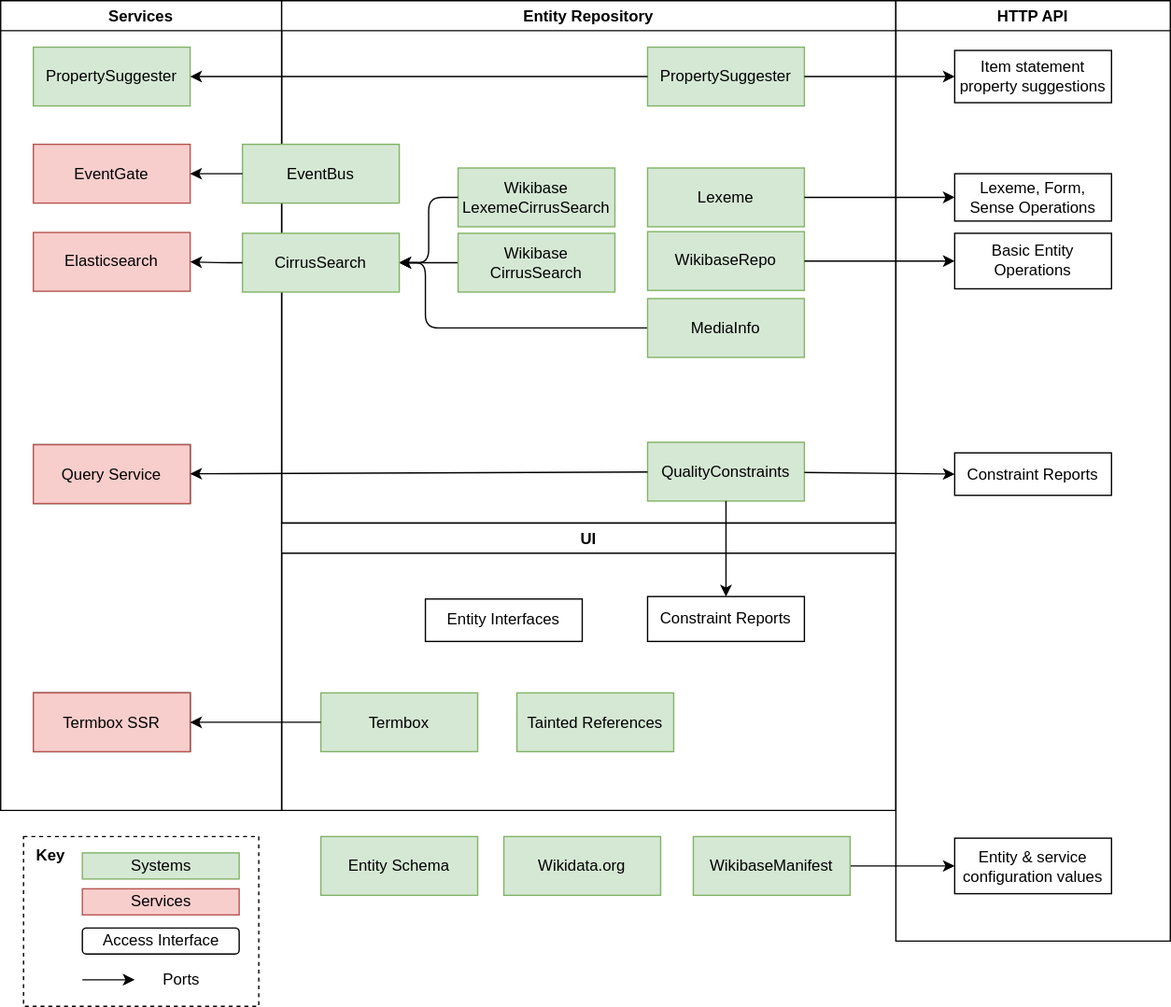
This is systems/Repository/diagrams/03-technical-context-new.drawio.svg from wmde/wikidata-wikibase-architecture, a draw.io export, as it was before one commit. Source tidied: cells renumbered, new cells last; positions are measured from the earlier drawing's top-left corner, leaving out a move shared by most shapes. The source it was exported from:
```xml
<mxGraphModel>
  <root>
    <mxCell id="0" />
    <mxCell id="1" parent="0" />
    <mxCell id="2" value="Services" style="swimlane;" parent="1" vertex="1">
      <mxGeometry width="215" height="620" as="geometry" />
    </mxCell>
    <mxCell id="3" value="PropertySuggester" style="rounded=0;whiteSpace=wrap;html=1;fillColor=#d5e8d4;strokeColor=#82b366;" parent="2" vertex="1">
      <mxGeometry x="25" y="35.6" width="120" height="45" as="geometry" />
    </mxCell>
    <mxCell id="4" value="Query Service" style="rounded=0;whiteSpace=wrap;html=1;" parent="2" vertex="1">
      <mxGeometry x="25" y="340" width="120" height="45" as="geometry" />
    </mxCell>
    <mxCell id="5" value="EventGate" style="rounded=0;whiteSpace=wrap;html=1;fillColor=#f8cecc;strokeColor=#b85450;" parent="2" vertex="1">
      <mxGeometry x="25" y="110" width="120" height="45" as="geometry" />
    </mxCell>
    <mxCell id="6" value="Elasticsearch" style="rounded=0;whiteSpace=wrap;html=1;fillColor=#f8cecc;strokeColor=#b85450;" parent="2" vertex="1">
      <mxGeometry x="25" y="177.5" width="120" height="45" as="geometry" />
    </mxCell>
    <mxCell id="7" value="Termbox SSR" style="rounded=0;whiteSpace=wrap;html=1;" parent="2" vertex="1">
      <mxGeometry x="25" y="530" width="120" height="45" as="geometry" />
    </mxCell>
    <mxCell id="8" value="Termbox SSR" style="rounded=0;whiteSpace=wrap;html=1;fillColor=#f8cecc;strokeColor=#b85450;" parent="2" vertex="1">
      <mxGeometry x="25" y="530" width="120" height="45" as="geometry" />
    </mxCell>
    <mxCell id="9" value="Query Service" style="rounded=0;whiteSpace=wrap;html=1;fillColor=#f8cecc;strokeColor=#b85450;" parent="2" vertex="1">
      <mxGeometry x="25" y="340" width="120" height="45" as="geometry" />
    </mxCell>
    <mxCell id="10" value="Entity Repository" style="swimlane;" parent="1" vertex="1">
      <mxGeometry x="215" width="470" height="400" as="geometry" />
    </mxCell>
    <mxCell id="11" value="PropertySuggester" style="rounded=0;whiteSpace=wrap;html=1;fillColor=#d5e8d4;strokeColor=#82b366;" parent="10" vertex="1">
      <mxGeometry x="280" y="35.6" width="120" height="45" as="geometry" />
    </mxCell>
    <mxCell id="12" value="QualityConstraints" style="rounded=0;whiteSpace=wrap;html=1;fillColor=#d5e8d4;strokeColor=#82b366;" parent="10" vertex="1">
      <mxGeometry x="280" y="338.1" width="120" height="45" as="geometry" />
    </mxCell>
    <mxCell id="13" value="Lexeme" style="rounded=0;whiteSpace=wrap;html=1;fillColor=#d5e8d4;strokeColor=#82b366;" parent="10" vertex="1">
      <mxGeometry x="280" y="128.1" width="120" height="45" as="geometry" />
    </mxCell>
    <mxCell id="14" value="Wikibase&lt;br&gt;LexemeCirrusSearch" style="rounded=0;whiteSpace=wrap;html=1;fillColor=#d5e8d4;strokeColor=#82b366;" parent="10" vertex="1">
      <mxGeometry x="135" y="128.1" width="120" height="45" as="geometry" />
    </mxCell>
    <mxCell id="15" style="edgeStyle=orthogonalEdgeStyle;html=1;entryX=1;entryY=0.5;entryDx=0;entryDy=0;" parent="10" edge="1" source="16" target="21">
      <mxGeometry relative="1" as="geometry">
        <Array as="points">
          <mxPoint x="110" y="251" />
          <mxPoint x="110" y="201" />
        </Array>
      </mxGeometry>
    </mxCell>
    <mxCell id="16" value="MediaInfo" style="rounded=0;whiteSpace=wrap;html=1;fillColor=#d5e8d4;strokeColor=#82b366;" parent="10" vertex="1">
      <mxGeometry x="280" y="228.1" width="120" height="45" as="geometry" />
    </mxCell>
    <mxCell id="17" style="edgeStyle=orthogonalEdgeStyle;html=1;entryX=1;entryY=0.5;entryDx=0;entryDy=0;exitX=0;exitY=0.5;exitDx=0;exitDy=0;" parent="10" edge="1" source="14" target="21">
      <mxGeometry relative="1" as="geometry" />
    </mxCell>
    <mxCell id="18" style="edgeStyle=orthogonalEdgeStyle;html=1;entryX=1;entryY=0.5;entryDx=0;entryDy=0;" parent="10" edge="1" source="19" target="21">
      <mxGeometry relative="1" as="geometry" />
    </mxCell>
    <mxCell id="19" value="Wikibase&lt;br&gt;CirrusSearch" style="rounded=0;whiteSpace=wrap;html=1;fillColor=#d5e8d4;strokeColor=#82b366;" parent="10" vertex="1">
      <mxGeometry x="135" y="178.1" width="120" height="45" as="geometry" />
    </mxCell>
    <mxCell id="20" value="WikibaseRepo" style="rounded=0;whiteSpace=wrap;html=1;fillColor=#d5e8d4;strokeColor=#82b366;" parent="10" vertex="1">
      <mxGeometry x="280" y="176.9" width="120" height="45" as="geometry" />
    </mxCell>
    <mxCell id="21" value="CirrusSearch" style="rounded=0;whiteSpace=wrap;html=1;fillColor=#d5e8d4;strokeColor=#82b366;" parent="10" vertex="1">
      <mxGeometry x="-30" y="178.1" width="120" height="45" as="geometry" />
    </mxCell>
    <mxCell id="22" value="EventBus" style="rounded=0;whiteSpace=wrap;html=1;fillColor=#d5e8d4;strokeColor=#82b366;" parent="10" vertex="1">
      <mxGeometry x="-30" y="110" width="120" height="45" as="geometry" />
    </mxCell>
    <mxCell id="23" value="HTTP API" style="swimlane;" parent="1" vertex="1">
      <mxGeometry x="685" width="210" height="720" as="geometry" />
    </mxCell>
    <mxCell id="24" value="Entity &amp;amp; service configuration values" style="rounded=0;whiteSpace=wrap;html=1;" parent="23" vertex="1">
      <mxGeometry x="45" y="641.2" width="120" height="42.5" as="geometry" />
    </mxCell>
    <mxCell id="25" value="Item statement property suggestions" style="rounded=0;whiteSpace=wrap;html=1;" parent="23" vertex="1">
      <mxGeometry x="45" y="38.1" width="120" height="40" as="geometry" />
    </mxCell>
    <mxCell id="26" value="Lexeme, Form, Sense Operations" style="whiteSpace=wrap;html=1;rounded=0;" parent="23" vertex="1">
      <mxGeometry x="45" y="132.5" width="120" height="36.2" as="geometry" />
    </mxCell>
    <mxCell id="27" value="Constraint Reports" style="whiteSpace=wrap;html=1;" parent="23" vertex="1">
      <mxGeometry x="45" y="346.2" width="120" height="32.5" as="geometry" />
    </mxCell>
    <mxCell id="28" value="Basic Entity Operations" style="rounded=0;whiteSpace=wrap;html=1;" parent="23" vertex="1">
      <mxGeometry x="45" y="178.1" width="120" height="42.5" as="geometry" />
    </mxCell>
    <mxCell id="29" style="edgeStyle=orthogonalEdgeStyle;html=1;entryX=0;entryY=0.5;entryDx=0;entryDy=0;" parent="1" edge="1" source="30" target="24">
      <mxGeometry relative="1" as="geometry" />
    </mxCell>
    <mxCell id="30" value="WikibaseManifest" style="rounded=0;whiteSpace=wrap;html=1;fillColor=#d5e8d4;strokeColor=#82b366;" parent="1" vertex="1">
      <mxGeometry x="530" y="640" width="120" height="45" as="geometry" />
    </mxCell>
    <mxCell id="31" value="Entity Schema" style="rounded=0;whiteSpace=wrap;html=1;fillColor=#d5e8d4;strokeColor=#82b366;" parent="1" vertex="1">
      <mxGeometry x="245" y="640" width="120" height="45" as="geometry" />
    </mxCell>
    <mxCell id="32" style="edgeStyle=orthogonalEdgeStyle;html=1;entryX=1;entryY=0.5;entryDx=0;entryDy=0;" parent="1" edge="1" source="11" target="3">
      <mxGeometry relative="1" as="geometry" />
    </mxCell>
    <mxCell id="33" style="edgeStyle=orthogonalEdgeStyle;html=1;entryX=0;entryY=0.5;entryDx=0;entryDy=0;" parent="1" edge="1" source="11" target="25">
      <mxGeometry relative="1" as="geometry" />
    </mxCell>
    <mxCell id="34" style="edgeStyle=none;html=1;" parent="1" edge="1" source="13" target="26">
      <mxGeometry relative="1" as="geometry" />
    </mxCell>
    <mxCell id="35" value="UI" style="swimlane;" parent="1" vertex="1">
      <mxGeometry x="215" y="400" width="470" height="220" as="geometry" />
    </mxCell>
    <mxCell id="36" value="Entity Interfaces" style="rounded=0;whiteSpace=wrap;html=1;" parent="35" vertex="1">
      <mxGeometry x="110" y="58.1" width="120" height="32.5" as="geometry" />
    </mxCell>
    <mxCell id="37" value="Constraint Reports" style="whiteSpace=wrap;html=1;" parent="35" vertex="1">
      <mxGeometry x="280" y="56.2" width="120" height="34.4" as="geometry" />
    </mxCell>
    <mxCell id="38" value="Termbox" style="rounded=0;whiteSpace=wrap;html=1;fillColor=#d5e8d4;strokeColor=#82b366;" parent="35" vertex="1">
      <mxGeometry x="30" y="130" width="120" height="45" as="geometry" />
    </mxCell>
    <mxCell id="39" value="Tainted References" style="rounded=0;whiteSpace=wrap;html=1;fillColor=#d5e8d4;strokeColor=#82b366;" parent="35" vertex="1">
      <mxGeometry x="180" y="130" width="120" height="45" as="geometry" />
    </mxCell>
    <mxCell id="40" style="edgeStyle=none;html=1;entryX=0;entryY=0.5;entryDx=0;entryDy=0;" parent="1" edge="1" source="12" target="27">
      <mxGeometry relative="1" as="geometry" />
    </mxCell>
    <mxCell id="41" style="edgeStyle=none;html=1;entryX=0.5;entryY=0;entryDx=0;entryDy=0;" parent="1" edge="1" source="12" target="37">
      <mxGeometry relative="1" as="geometry" />
    </mxCell>
    <mxCell id="42" style="edgeStyle=none;html=1;" parent="1" edge="1" source="12" target="4">
      <mxGeometry relative="1" as="geometry" />
    </mxCell>
    <mxCell id="43" style="edgeStyle=orthogonalEdgeStyle;html=1;entryX=1;entryY=0.5;entryDx=0;entryDy=0;" parent="1" edge="1" source="38" target="7">
      <mxGeometry relative="1" as="geometry" />
    </mxCell>
    <mxCell id="44" style="edgeStyle=orthogonalEdgeStyle;html=1;entryX=0;entryY=0.5;entryDx=0;entryDy=0;" parent="1" edge="1" source="20" target="28">
      <mxGeometry relative="1" as="geometry" />
    </mxCell>
    <mxCell id="45" value="Wikidata.org" style="rounded=0;whiteSpace=wrap;html=1;fillColor=#d5e8d4;strokeColor=#82b366;" parent="1" vertex="1">
      <mxGeometry x="385" y="640" width="120" height="45" as="geometry" />
    </mxCell>
    <mxCell id="46" style="edgeStyle=orthogonalEdgeStyle;html=1;entryX=1;entryY=0.5;entryDx=0;entryDy=0;" parent="1" edge="1" source="21" target="6">
      <mxGeometry relative="1" as="geometry" />
    </mxCell>
    <mxCell id="47" style="edgeStyle=orthogonalEdgeStyle;html=1;entryX=1;entryY=0.5;entryDx=0;entryDy=0;" parent="1" edge="1" source="22" target="5">
      <mxGeometry relative="1" as="geometry" />
    </mxCell>
    <mxCell id="48" style="rounded=0;whiteSpace=wrap;html=1;fillColor=none;dashed=1;" parent="1" vertex="1">
      <mxGeometry x="17.5" y="640" width="180" height="130" as="geometry" />
    </mxCell>
    <mxCell id="49" value="&lt;b&gt;Key&lt;/b&gt;" style="text;html=1;align=center;verticalAlign=middle;strokeColor=none;" parent="1" vertex="1">
      <mxGeometry x="17.5" y="645" width="40" height="20" as="geometry" />
    </mxCell>
    <mxCell id="50" value="Systems" style="rounded=0;whiteSpace=wrap;html=1;align=center;fillColor=#d5e8d4;strokeColor=#82b366;" parent="1" vertex="1">
      <mxGeometry x="62.5" y="652.5" width="120" height="20" as="geometry" />
    </mxCell>
    <mxCell id="51" value="Access Interface" style="rounded=1;whiteSpace=wrap;html=1;align=center;" parent="1" vertex="1">
      <mxGeometry x="62.5" y="710" width="120" height="20" as="geometry" />
    </mxCell>
    <mxCell id="52" value="Services" style="rounded=0;whiteSpace=wrap;html=1;align=center;fillColor=#f8cecc;strokeColor=#b85450;" parent="1" vertex="1">
      <mxGeometry x="62.5" y="680" width="120" height="20" as="geometry" />
    </mxCell>
    <mxCell id="53" style="endArrow=classic;html=1;" parent="1" edge="1">
      <mxGeometry relative="1" as="geometry">
        <mxPoint x="62.5" y="749.7" as="sourcePoint" />
        <mxPoint x="102.5" y="749.7" as="targetPoint" />
      </mxGeometry>
    </mxCell>
    <mxCell id="54" value="Ports" style="text;html=1;align=center;verticalAlign=middle;strokeColor=none;" parent="1" vertex="1">
      <mxGeometry x="117.5" y="740" width="40" height="20" as="geometry" />
    </mxCell>
  </root>
</mxGraphModel>
```
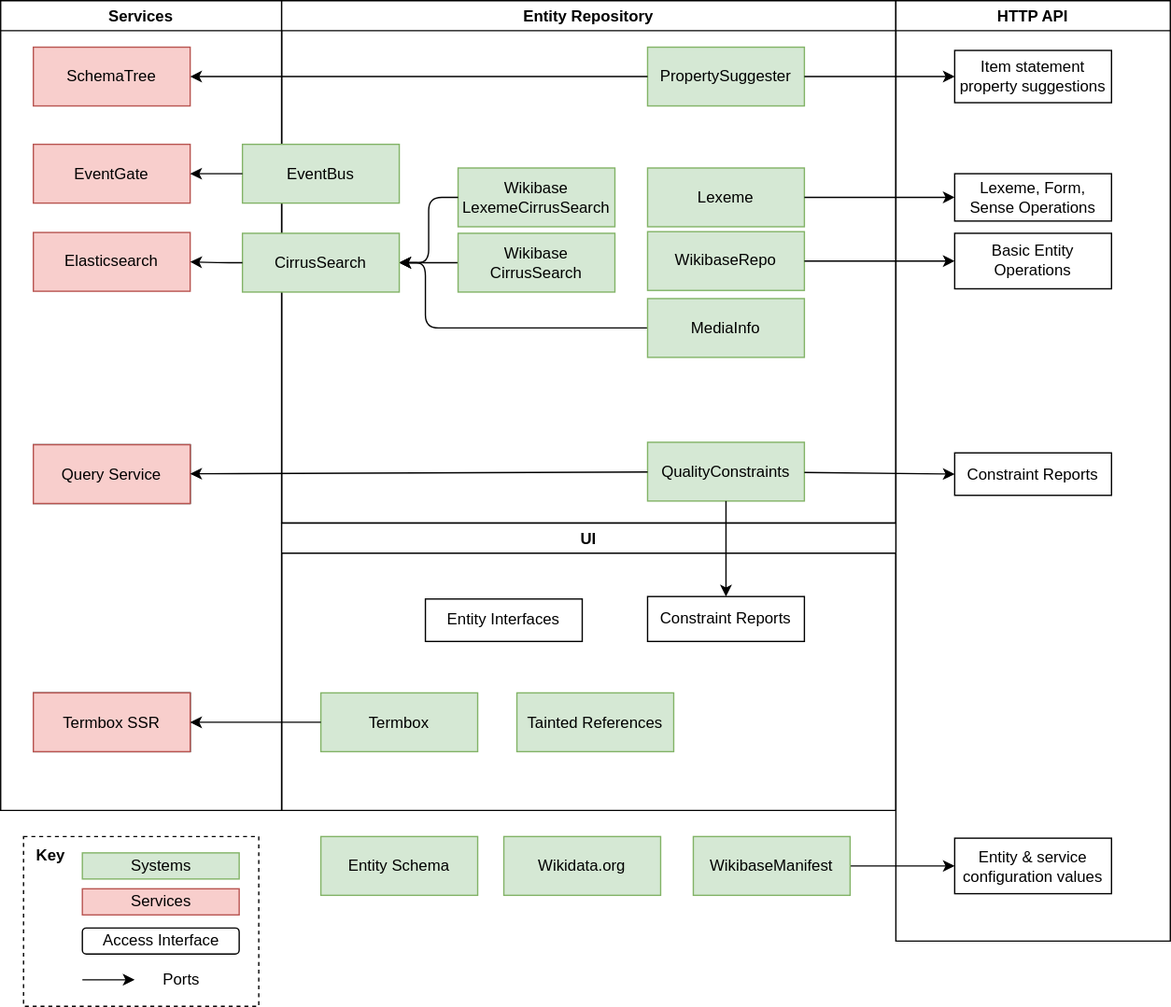
Later version of the same file.

Change to the diagram source:
```diff
@@ -5,7 +5,7 @@
     <mxCell id="2" value="Services" style="swimlane;" parent="1" vertex="1">
       <mxGeometry width="215" height="620" as="geometry" />
     </mxCell>
-    <mxCell id="3" value="PropertySuggester" style="rounded=0;whiteSpace=wrap;html=1;fillColor=#d5e8d4;strokeColor=#82b366;" parent="2" vertex="1">
+    <mxCell id="3" value="SchemaTree" style="rounded=0;whiteSpace=wrap;html=1;fillColor=#f8cecc;strokeColor=#b85450;" parent="2" vertex="1">
       <mxGeometry x="25" y="35.6" width="120" height="45" as="geometry" />
     </mxCell>
     <mxCell id="4" value="Query Service" style="rounded=0;whiteSpace=wrap;html=1;" parent="2" vertex="1">
```
